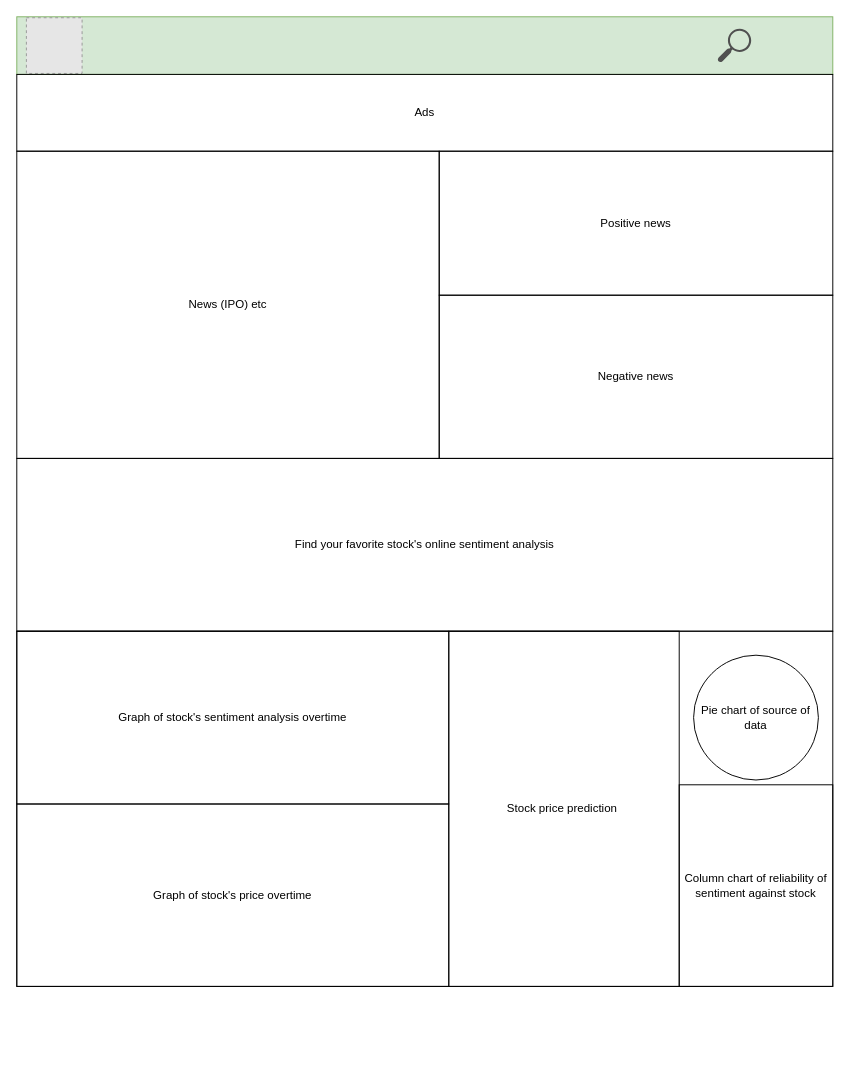
Before: page "Home_page" (1 of 2) of Untitled Diagram.drawio in michiboo/stock_analysis, a draw.io diagram. Source tidied: cells renumbered, new cells numbered last; positions are measured from the earlier drawing's top-left corner, leaving out a move shared by most shapes. Both pictures are drawn from the tidied source at 96%, with x=0, y=0 at pixel (16, 16). Pictures stored in the file or linked from it are replaced by grey dashed boxes.
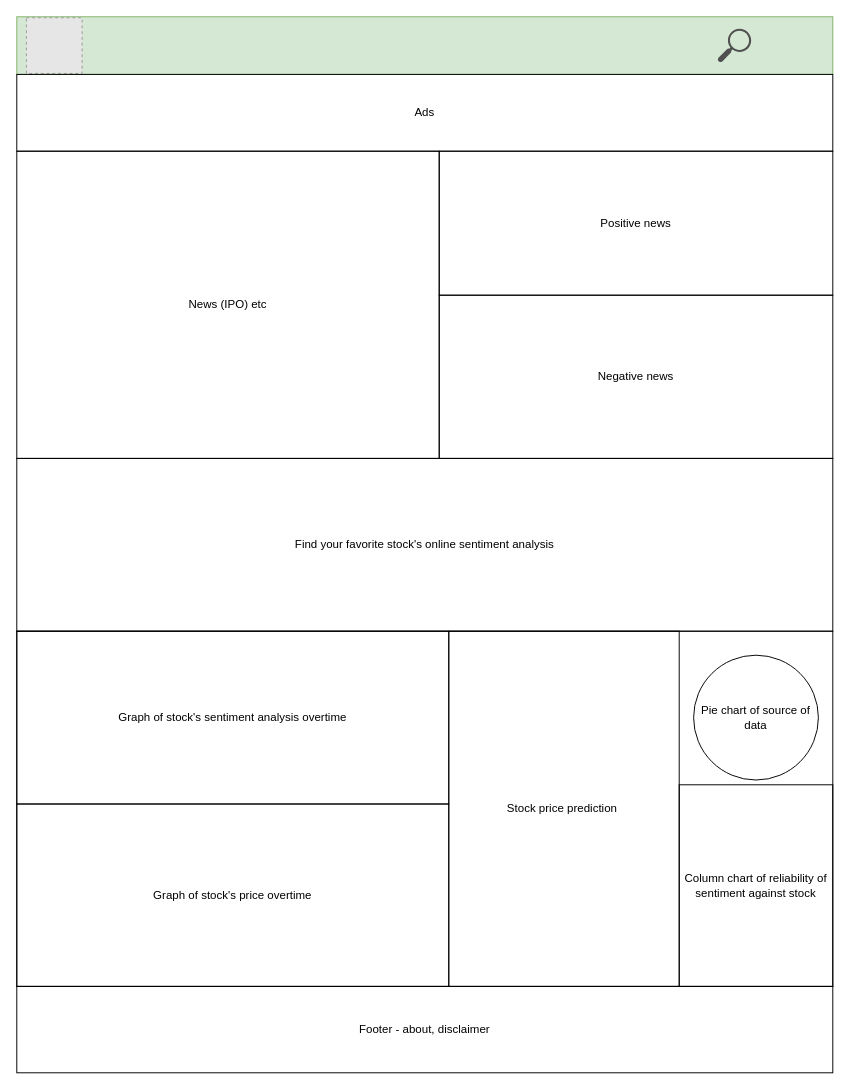
The same diagram, later.

Diff of the diagram source:
```diff
@@
 <mxGraphModel>
   <root>
     <mxCell id="0" />
     <mxCell id="1" parent="0" />
     <mxCell id="2" style="rounded=0;whiteSpace=wrap;html=1;fillColor=#d5e8d4;strokeColor=#82b366;" parent="1" vertex="1">
       <mxGeometry width="850" height="60" as="geometry" />
     </mxCell>
     <mxCell id="3" style="fillColor=#E6E6E6;strokeColor=#999999;dashed=1;html=1;verticalAlign=top;verticalLabelPosition=bottom;labelBackgroundColor=#ffffff;" parent="1" vertex="1">
       <mxGeometry x="10" y="1" width="58" height="58" as="geometry" />
     </mxCell>
     <mxCell id="4" style="shadow=0;dashed=0;html=1;strokeColor=none;fillColor=#505050;labelPosition=center;verticalLabelPosition=bottom;verticalAlign=top;align=center;shape=mxgraph.office.concepts.search;" parent="1" vertex="1">
       <mxGeometry x="730" y="12.5" width="35" height="35" as="geometry" />
     </mxCell>
     <mxCell id="5" value="Ads" style="rounded=0;whiteSpace=wrap;html=1;fillColor=none;" parent="1" vertex="1">
       <mxGeometry y="60" width="850" height="80" as="geometry" />
     </mxCell>
     <mxCell id="6" value="News (IPO) etc" style="rounded=0;whiteSpace=wrap;html=1;fillColor=none;" parent="1" vertex="1">
       <mxGeometry y="140" width="440" height="320" as="geometry" />
     </mxCell>
     <mxCell id="7" value="Positive news" style="rounded=0;whiteSpace=wrap;html=1;fillColor=none;" parent="1" vertex="1">
       <mxGeometry x="440" y="140" width="410" height="150" as="geometry" />
     </mxCell>
     <mxCell id="8" value="Negative news" style="rounded=0;whiteSpace=wrap;html=1;fillColor=none;" parent="1" vertex="1">
       <mxGeometry x="440" y="290" width="410" height="170" as="geometry" />
     </mxCell>
     <mxCell id="9" value="Find your favorite stock's online sentiment analysis" style="rounded=0;whiteSpace=wrap;html=1;fillColor=none;" parent="1" vertex="1">
       <mxGeometry y="460" width="850" height="180" as="geometry" />
     </mxCell>
     <mxCell id="10" style="rounded=0;whiteSpace=wrap;html=1;fillColor=none;" parent="1" vertex="1">
       <mxGeometry y="640" width="850" height="370" as="geometry" />
     </mxCell>
     <mxCell id="11" value="Pie chart of source of data" style="ellipse;whiteSpace=wrap;html=1;fillColor=none;" parent="1" vertex="1">
       <mxGeometry x="705" y="665" width="130" height="130" as="geometry" />
     </mxCell>
     <mxCell id="12" value="Graph of stock's sentiment analysis overtime" style="rounded=0;whiteSpace=wrap;html=1;fillColor=none;" parent="1" vertex="1">
       <mxGeometry y="640" width="450" height="180" as="geometry" />
     </mxCell>
     <mxCell id="13" value="Graph of stock's price overtime" style="rounded=0;whiteSpace=wrap;html=1;fillColor=none;" parent="1" vertex="1">
       <mxGeometry y="820" width="450" height="190" as="geometry" />
     </mxCell>
     <mxCell id="14" value="Column chart of reliability of sentiment against stock" style="rounded=0;whiteSpace=wrap;html=1;fillColor=none;" parent="1" vertex="1">
       <mxGeometry x="690" y="800" width="160" height="210" as="geometry" />
     </mxCell>
     <mxCell id="15" value="Stock price prediction&amp;nbsp;" style="rounded=0;whiteSpace=wrap;html=1;fillColor=none;" parent="1" vertex="1">
       <mxGeometry x="450" y="640" width="240" height="370" as="geometry" />
     </mxCell>
+    <mxCell id="16" value="Footer - about, disclaimer" style="rounded=0;whiteSpace=wrap;html=1;fillColor=none;" parent="1" vertex="1">
+      <mxGeometry y="1010" width="850" height="90" as="geometry" />
+    </mxCell>
   </root>
 </mxGraphModel>
```
